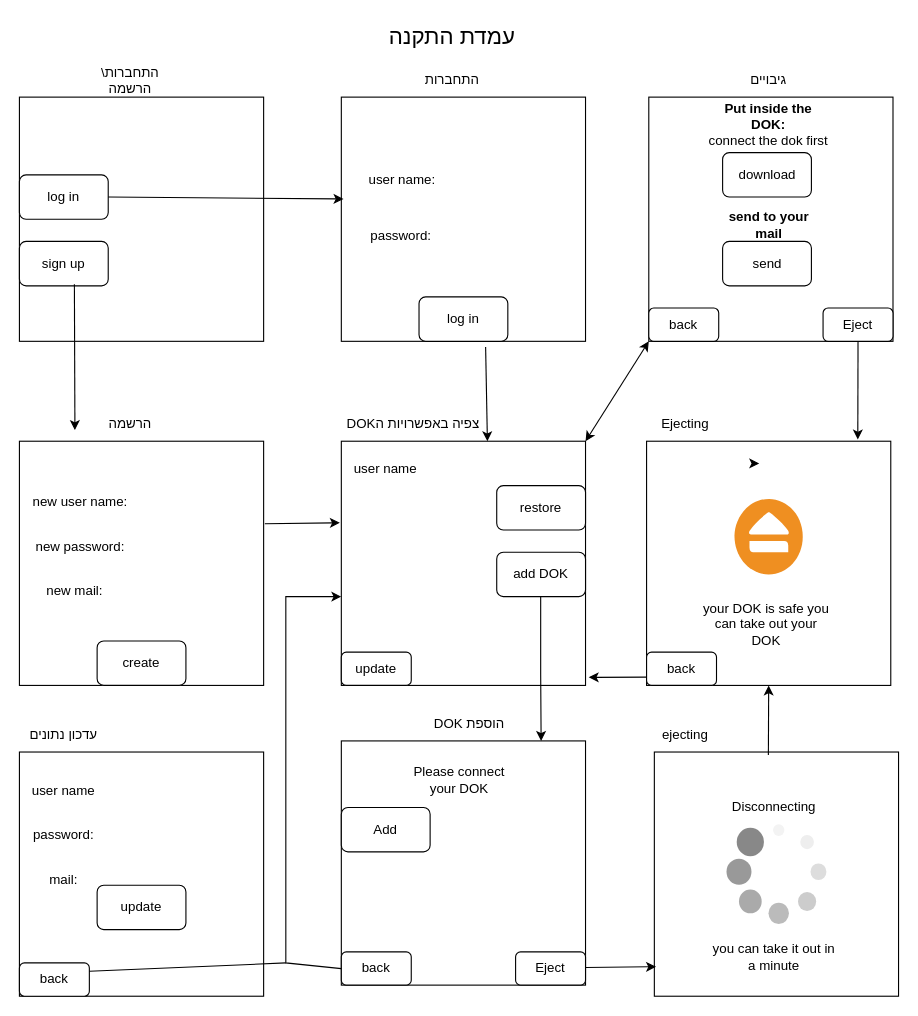
Above: draws/מסכי פרוייקט/_מסך עמדת התקנה_.drawio in Eyalen22/Project (draw.io), before the change. Source tidied: cells renumbered, new cells numbered last; positions are measured from the earlier drawing's top-left corner, leaving out a move shared by most shapes. Both pictures are drawn from the tidied source at 111%, with x=0, y=0 at pixel (19, 19).
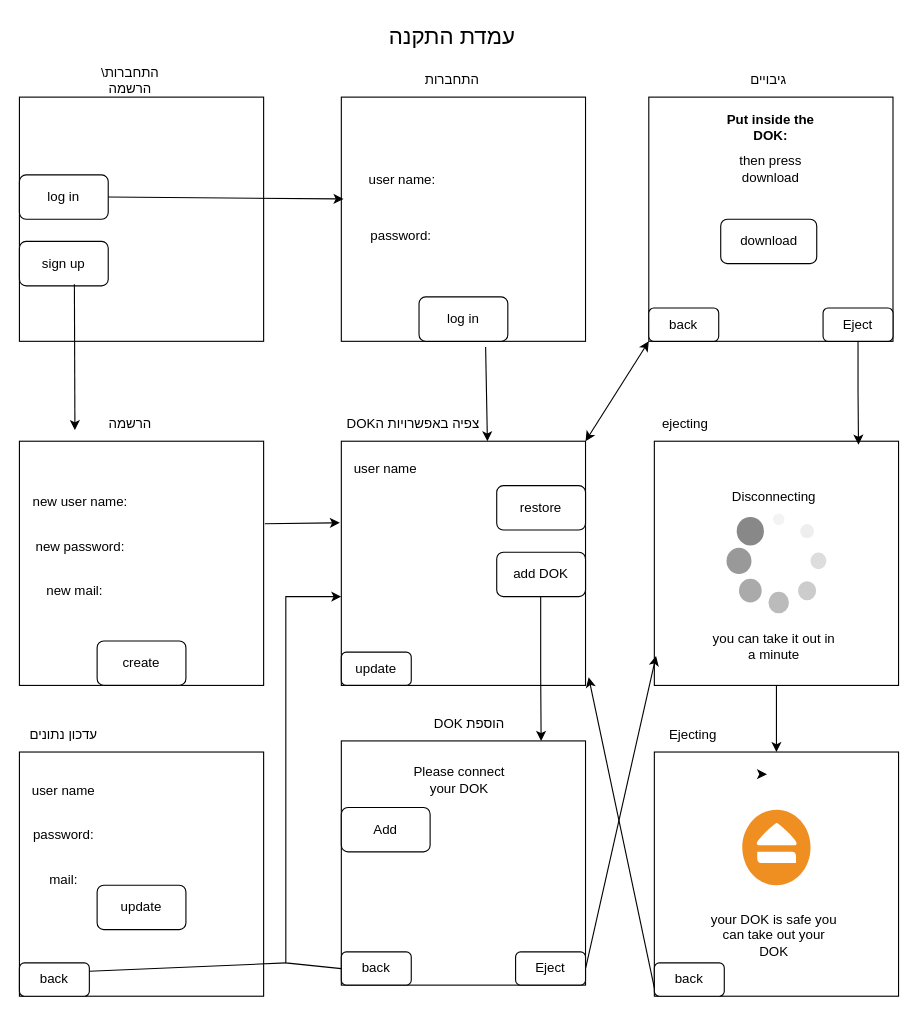
Above is the later version.

The change refers to these unchanged cells:
```xml
<mxCell id="50" value="Eject" style="rounded=1;whiteSpace=wrap;html=1;" parent="1" vertex="1">
  <mxGeometry x="724" y="260" width="63" height="30" as="geometry" />
</mxCell>
```

The edit, as a diff of the source:
```diff
@@
-    <mxCell id="37" value="&lt;b&gt;Put inside the DOK:&lt;/b&gt;&lt;div&gt;connect the dok first&lt;/div&gt;" style="text;html=1;whiteSpace=wrap;strokeColor=none;fillColor=none;align=center;verticalAlign=middle;rounded=0;" parent="1" vertex="1">
-      <mxGeometry x="620" y="80" width="110" height="30" as="geometry" />
+    <mxCell id="37" value="&lt;b&gt;Put inside the DOK:&lt;/b&gt;&lt;div&gt;&lt;br&gt;&lt;/div&gt;" style="text;html=1;whiteSpace=wrap;strokeColor=none;fillColor=none;align=center;verticalAlign=middle;rounded=0;" parent="1" vertex="1">
+      <mxGeometry x="622" y="90" width="110" height="30" as="geometry" />
     </mxCell>
-    <mxCell id="38" value="download" style="rounded=1;whiteSpace=wrap;html=1;" parent="1" vertex="1">
-      <mxGeometry x="633.5" y="120" width="80" height="40" as="geometry" />
-    </mxCell>
-    <mxCell id="39" value="&lt;b&gt;send to your mail&lt;/b&gt;" style="text;html=1;whiteSpace=wrap;strokeColor=none;fillColor=none;align=center;verticalAlign=middle;rounded=0;" parent="1" vertex="1">
-      <mxGeometry x="633.5" y="170" width="83" height="30" as="geometry" />
-    </mxCell>
-    <mxCell id="40" value="send" style="rounded=1;whiteSpace=wrap;html=1;" parent="1" vertex="1">
-      <mxGeometry x="633.5" y="200" width="80" height="40" as="geometry" />
-    </mxCell>
@@
     <mxCell id="49" style="whiteSpace=wrap;html=1;" parent="1" vertex="1">
-      <mxGeometry x="565" y="380" width="220" height="220" as="geometry" />
+      <mxGeometry x="572" y="660" width="220" height="220" as="geometry" />
     </mxCell>
@@
-    <mxCell id="51" style="endArrow=classic;html=1;rounded=0;entryX=0.865;entryY=-0.007;entryDx=0;entryDy=0;exitX=0.5;exitY=1;exitDx=0;exitDy=0;entryPerimeter=0;" parent="1" edge="1" source="50" target="49">
-      <mxGeometry relative="1" as="geometry" />
-    </mxCell>
     <mxCell id="52" style="shadow=0;dashed=0;html=1;strokeColor=none;fillColor=#EF8F21;labelPosition=center;verticalLabelPosition=bottom;verticalAlign=top;align=center;shape=mxgraph.veeam.eject;" parent="1" vertex="1">
-      <mxGeometry x="644.2" y="432" width="61.5" height="68" as="geometry" />
+      <mxGeometry x="651.2" y="712" width="61.5" height="68" as="geometry" />
     </mxCell>
     <mxCell id="53" value="your DOK is safe you can take out your DOK" style="text;html=1;whiteSpace=wrap;strokeColor=none;fillColor=none;align=center;verticalAlign=middle;rounded=0;" parent="1" vertex="1">
-      <mxGeometry x="613.8" y="530" width="117.5" height="30" as="geometry" />
+      <mxGeometry x="620.8" y="810" width="117.5" height="30" as="geometry" />
     </mxCell>
     <mxCell id="54" value="back" style="rounded=1;whiteSpace=wrap;html=1;" parent="1" vertex="1">
-      <mxGeometry x="565" y="570" width="63" height="30" as="geometry" />
+      <mxGeometry x="572" y="850" width="63" height="30" as="geometry" />
     </mxCell>
@@
     <mxCell id="57" value="Ejecting" style="text;html=1;whiteSpace=wrap;strokeColor=none;fillColor=none;align=center;verticalAlign=middle;rounded=0;" parent="1" vertex="1">
-      <mxGeometry x="570" y="350" width="60" height="30" as="geometry" />
+      <mxGeometry x="577" y="630" width="60" height="30" as="geometry" />
     </mxCell>
@@
     <mxCell id="60" style="edgeStyle=orthogonalEdgeStyle;rounded=0;orthogonalLoop=1;jettySize=auto;html=1;exitX=0;exitY=0;exitDx=0;exitDy=0;entryX=0.118;entryY=-0.014;entryDx=0;entryDy=0;entryPerimeter=0;" parent="1" edge="1">
       <mxGeometry relative="1" as="geometry">
-        <mxPoint x="660" y="400" as="sourcePoint" />
-        <mxPoint x="666.5" y="399.6" as="targetPoint" />
+        <mxPoint x="667" y="680" as="sourcePoint" />
+        <mxPoint x="673.5" y="679.6" as="targetPoint" />
       </mxGeometry>
     </mxCell>
     <mxCell id="61" style="whiteSpace=wrap;html=1;" parent="1" vertex="1">
-      <mxGeometry x="572" y="660" width="220" height="220" as="geometry" />
+      <mxGeometry x="572" y="380" width="220" height="220" as="geometry" />
     </mxCell>
     <mxCell id="62" style="verticalLabelPosition=bottom;shadow=0;dashed=0;align=center;html=1;verticalAlign=top;strokeWidth=1;shape=mxgraph.mockup.misc.loading_circle_1;" parent="1" vertex="1">
-      <mxGeometry x="637" y="725" width="90" height="90" as="geometry" />
+      <mxGeometry x="637" y="445" width="90" height="90" as="geometry" />
     </mxCell>
     <mxCell id="63" value="Disconnecting" style="text;html=1;whiteSpace=wrap;strokeColor=none;fillColor=none;align=center;verticalAlign=middle;rounded=0;" parent="1" vertex="1">
-      <mxGeometry x="640" y="695" width="80" height="30" as="geometry" />
+      <mxGeometry x="640" y="415" width="80" height="30" as="geometry" />
     </mxCell>
     <mxCell id="64" value="you can take it out in a minute" style="text;html=1;whiteSpace=wrap;strokeColor=none;fillColor=none;align=center;verticalAlign=middle;rounded=0;" parent="1" vertex="1">
-      <mxGeometry x="620" y="830" width="120" height="30" as="geometry" />
+      <mxGeometry x="620" y="550" width="120" height="30" as="geometry" />
     </mxCell>
     <mxCell id="65" value="ejecting" style="text;html=1;whiteSpace=wrap;strokeColor=none;fillColor=none;align=center;verticalAlign=middle;rounded=0;" parent="1" vertex="1">
-      <mxGeometry x="570" y="630" width="60" height="30" as="geometry" />
+      <mxGeometry x="570" y="350" width="60" height="30" as="geometry" />
     </mxCell>
@@
-    <mxCell id="67" style="endArrow=classic;html=1;rounded=0;exitX=0.467;exitY=0.012;exitDx=0;exitDy=0;entryX=0.5;entryY=1;entryDx=0;entryDy=0;exitPerimeter=0;" parent="1" edge="1" source="61" target="49">
+    <mxCell id="67" style="endArrow=classic;html=1;rounded=0;exitX=0.5;exitY=1;exitDx=0;exitDy=0;entryX=0.5;entryY=0;entryDx=0;entryDy=0;" parent="1" edge="1" source="61" target="49">
       <mxGeometry relative="1" as="geometry" />
     </mxCell>
+    <mxCell id="68" style="edgeStyle=orthogonalEdgeStyle;rounded=0;jettySize=auto;html=1;exitX=0.5;exitY=1;exitDx=0;exitDy=0;entryX=0.836;entryY=0.014;entryDx=0;entryDy=0;entryPerimeter=0;" parent="1" edge="1" source="50" target="61">
+      <mxGeometry relative="1" as="geometry" />
+    </mxCell>
+    <mxCell id="69" value="then press download" style="text;html=1;whiteSpace=wrap;strokeColor=none;fillColor=none;align=center;verticalAlign=middle;rounded=0;" parent="1" vertex="1">
+      <mxGeometry x="621.2" y="120" width="111.5" height="30" as="geometry" />
+    </mxCell>
+    <mxCell id="38" value="download" style="rounded=1;whiteSpace=wrap;html=1;" parent="1" vertex="1">
+      <mxGeometry x="631.8" y="180" width="86.5" height="40" as="geometry" />
+    </mxCell>
```
